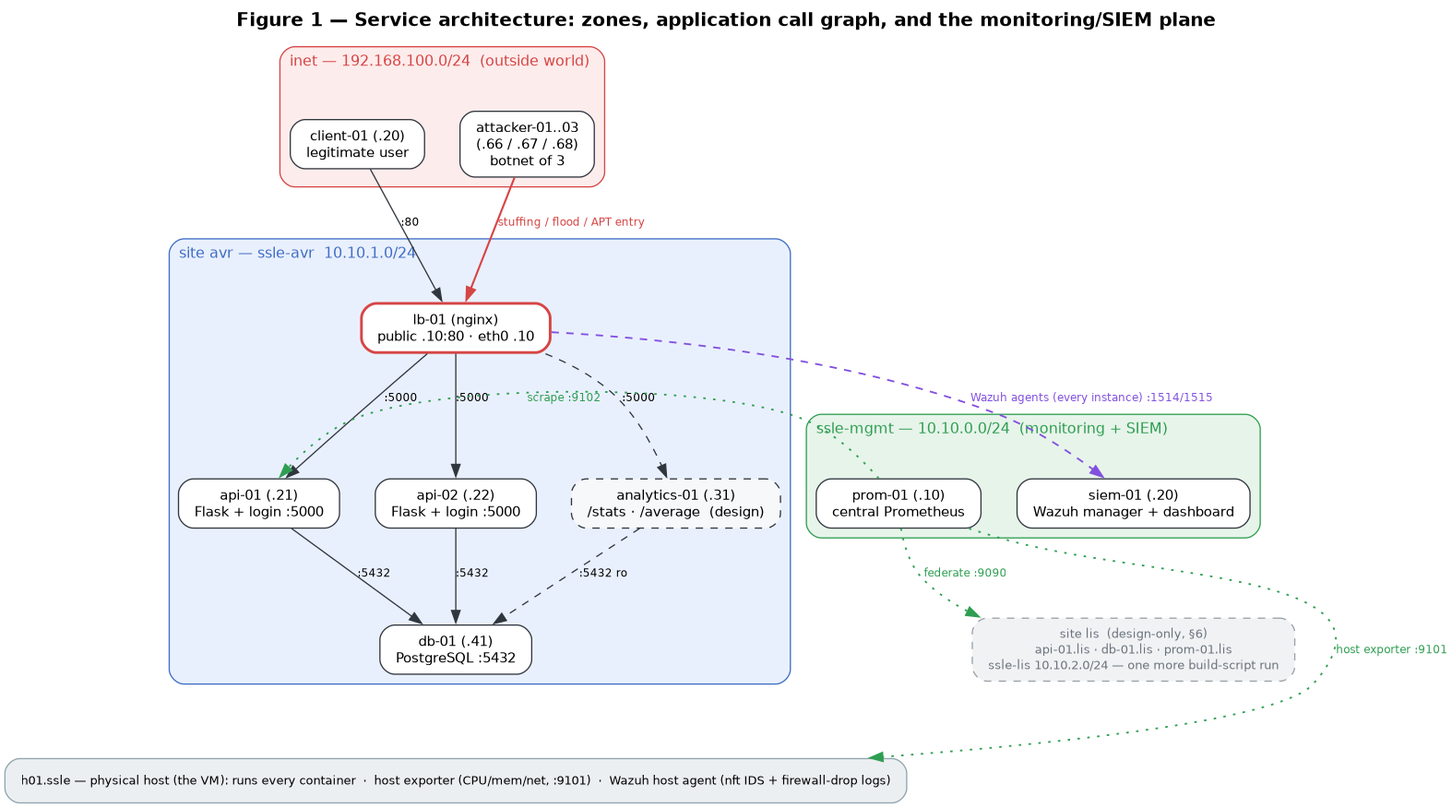
Earlier version of the Graphviz export images/architecture.png (amaccr/SSLE_Project1). Its source is kept beside it as docs/architecture.dot. Source of this version:
```dot
digraph arch {
  rankdir=TB;
  splines=true;
  compound=true;
  newrank=true;
  nodesep=0.4;
  ranksep=0.85;
  bgcolor="white";
  fontname="Helvetica";
  labelloc=t;
  label=<<b>Figure 1 — Service architecture: zones, application call graph, and the monitoring/SIEM plane</b>>;
  fontsize=15;

  node [shape=box, style="rounded,filled", fillcolor=white, color="#30363d",
        fontname="Helvetica", fontsize=11, margin="0.18,0.09"];
  edge [fontname="Helvetica", fontsize=9, color="#30363d"];

  subgraph cluster_inet {
    label="inet — 192.168.100.0/24  (outside world)";
    style="rounded,filled"; fillcolor="#fdecec"; color="#d64545"; labeljust="l";
    fontcolor="#d64545"; fontsize=12;
    client   [label="client-01 (.20)\nlegitimate user"];
    attacker [label="attacker-01..03\n(.66 / .67 / .68)\nbotnet of 3"];
  }

  subgraph cluster_avr {
    label="site avr — ssle-avr  10.10.1.0/24";
    style="rounded,filled"; fillcolor="#e9f0fd"; color="#3f6cc4"; labeljust="l";
    fontcolor="#3f6cc4"; fontsize=12;
    lb        [label="lb-01 (nginx)\npublic .10:80 · eth0 .10",
               color="#d64545", penwidth=2.2];
    api1      [label="api-01 (.21)\nFlask + login :5000"];
    api2      [label="api-02 (.22)\nFlask + login :5000"];
    analytics [label="analytics-01 (.31)\n/stats · /average  (design)",
               style="rounded,dashed,filled", fillcolor="#f6f8fa"];
    db        [label="db-01 (.41)\nPostgreSQL :5432"];
  }

  subgraph cluster_mgmt {
    label="ssle-mgmt — 10.10.0.0/24  (monitoring + SIEM)";
    style="rounded,filled"; fillcolor="#e7f4ea"; color="#2f9e52"; labeljust="l";
    fontcolor="#2f9e52"; fontsize=12;
    prom [label="prom-01 (.10)\ncentral Prometheus"];
    siem [label="siem-01 (.20)\nWazuh manager + dashboard"];
  }

  lis [label="site lis  (design-only, §6)\napi-01.lis · db-01.lis · prom-01.lis\nssle-lis 10.10.2.0/24 — one more build-script run",
       style="rounded,dashed,filled", fillcolor="#f1f2f4",
       color="#9aa0a6", fontcolor="#6a737d", fontsize=10];

  host [label="h01.ssle — physical host (the VM): runs every container  ·  host exporter (CPU/mem/net, :9101)  ·  Wazuh host agent (nft IDS + firewall-drop logs)",
        shape=box, style="rounded,filled", fillcolor="#eceff1",
        color="#90a4ae", fontsize=10];

  client    -> lb  [label=":80"];
  lb        -> api1 [label=":5000"];
  lb        -> api2 [label=":5000"];
  lb        -> analytics [label=":5000", style=dashed];
  api1      -> db  [label=":5432"];
  api2      -> db  [label=":5432"];
  analytics -> db  [label=":5432 ro", style=dashed];

  attacker -> lb [label="stuffing / flood / APT entry",
                  color="#d64545", fontcolor="#d64545", penwidth=1.6];

  prom -> api1 [label="scrape :9102", color="#2f9e52", fontcolor="#2f9e52",
                style=dotted, penwidth=1.4, constraint=false];
  prom -> host [label="host exporter :9101", color="#2f9e52",
                fontcolor="#2f9e52", style=dotted, penwidth=1.4, constraint=false];
  prom -> lis  [label="federate :9090", color="#2f9e52", fontcolor="#2f9e52",
                style=dotted, penwidth=1.4, constraint=false];

  lb -> siem [label="Wazuh agents (every instance) :1514/1515",
              color="#8250df", fontcolor="#8250df", style=dashed,
              penwidth=1.4, constraint=false];

  {rank=same; api1; prom;}        // monitoring plane beside the app tier
  {rank=same; api2; siem;}
  siem -> lis  [style=invis];     // lis stacks below the mgmt plane
  db   -> host [style=invis, weight=10];  // host pinned to the bottom
}
```
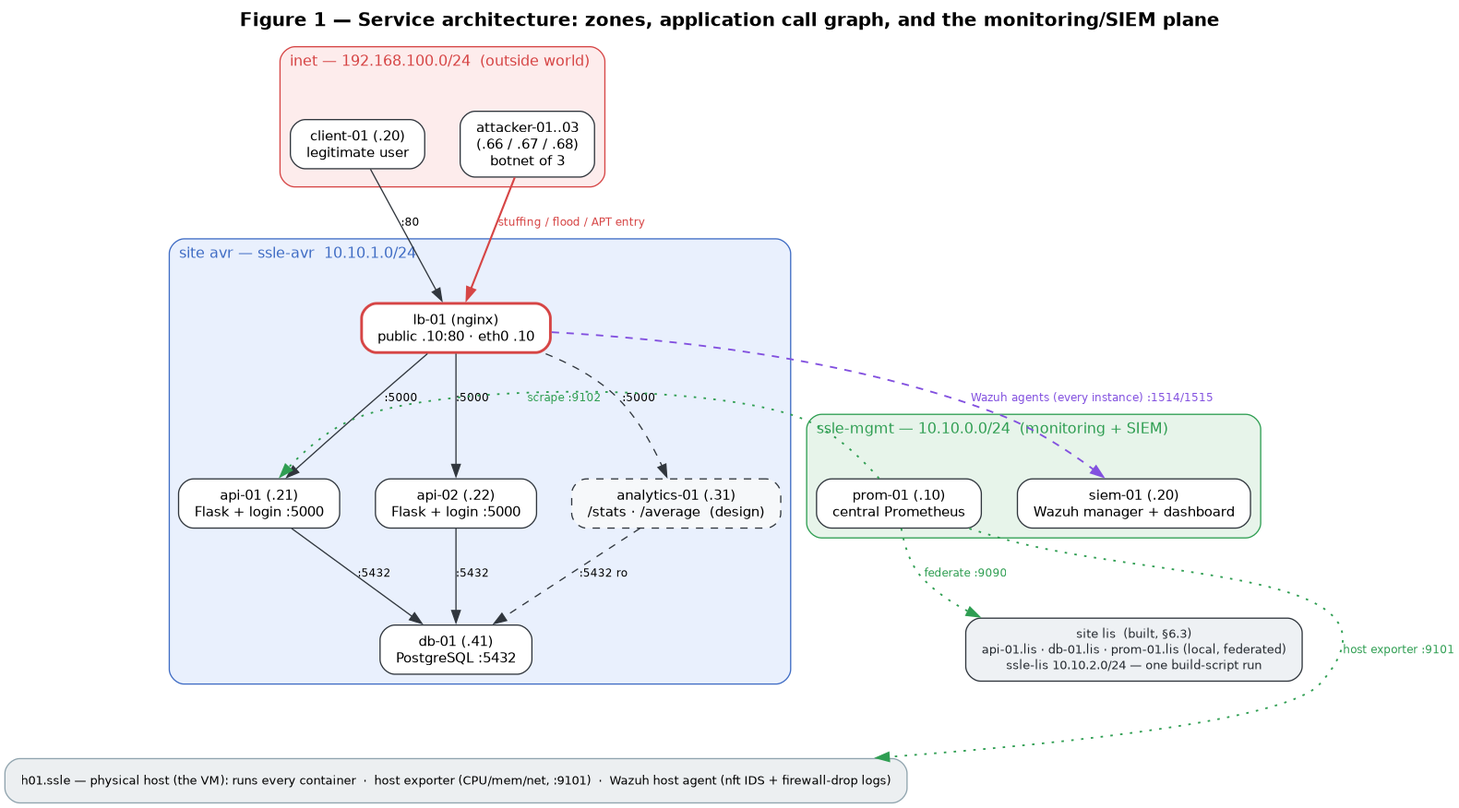
The same diagram one commit later.

Commit message:
Build the lis site: federated local Prometheus, per-domain host exporter

Change to the diagram source:
```diff
@@ -44,9 +44,9 @@
     siem [label="siem-01 (.20)\nWazuh manager + dashboard"];
   }
 
-  lis [label="site lis  (design-only, §6)\napi-01.lis · db-01.lis · prom-01.lis\nssle-lis 10.10.2.0/24 — one more build-script run",
-       style="rounded,dashed,filled", fillcolor="#f1f2f4",
-       color="#9aa0a6", fontcolor="#6a737d", fontsize=10];
+  lis [label="site lis  (built, §6.3)\napi-01.lis · db-01.lis · prom-01.lis (local, federated)\nssle-lis 10.10.2.0/24 — one build-script run",
+       style="rounded,filled", fillcolor="#eef1f4",
+       color="#30363d", fontcolor="#24292f", fontsize=10];
 
   host [label="h01.ssle — physical host (the VM): runs every container  ·  host exporter (CPU/mem/net, :9101)  ·  Wazuh host agent (nft IDS + firewall-drop logs)",
         shape=box, style="rounded,filled", fillcolor="#eceff1",
```
